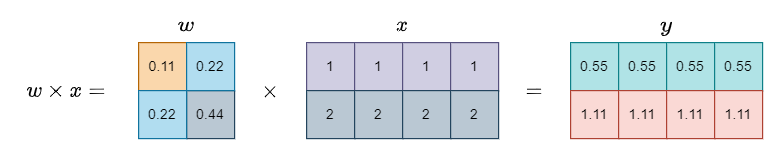
This is diagrams/basic-self-attention-output.png from ratteripenta/transformers-seminar-workshop, a draw.io export, as it was before one commit. Source tidied: cells renumbered, new cells last; positions are measured from the earlier drawing's top-left corner, leaving out a move shared by most shapes. Its diagram source:
```xml
<mxGraphModel math="1">
  <root>
    <mxCell id="0" />
    <mxCell id="1" parent="0" />
    <mxCell id="2" value="`w\timesx =`" style="text;html=1;strokeColor=none;fillColor=none;align=center;verticalAlign=middle;whiteSpace=wrap;rounded=0;fontSize=16;" parent="1" vertex="1">
      <mxGeometry y="50" width="100" height="40" as="geometry" />
    </mxCell>
    <mxCell id="3" value="0.11" style="rounded=0;whiteSpace=wrap;html=1;fillColor=#fad7ac;strokeColor=#b46504;" parent="1" vertex="1">
      <mxGeometry x="110" y="30" width="40" height="40" as="geometry" />
    </mxCell>
    <mxCell id="4" value="0.44" style="rounded=0;whiteSpace=wrap;html=1;fillColor=#bac8d3;strokeColor=#23445d;" parent="1" vertex="1">
      <mxGeometry x="150" y="70" width="40" height="40" as="geometry" />
    </mxCell>
    <mxCell id="5" value="0.22" style="rounded=0;whiteSpace=wrap;html=1;fillColor=#b1ddf0;strokeColor=#10739e;" parent="1" vertex="1">
      <mxGeometry x="150" y="30" width="40" height="40" as="geometry" />
    </mxCell>
    <mxCell id="6" value="0.22" style="rounded=0;whiteSpace=wrap;html=1;fillColor=#b1ddf0;strokeColor=#10739e;" parent="1" vertex="1">
      <mxGeometry x="110" y="70" width="40" height="40" as="geometry" />
    </mxCell>
    <mxCell id="7" value="`w`" style="text;html=1;strokeColor=none;fillColor=none;align=center;verticalAlign=middle;whiteSpace=wrap;rounded=0;fontSize=16;" parent="1" vertex="1">
      <mxGeometry x="110" width="80" height="30" as="geometry" />
    </mxCell>
    <mxCell id="8" value="`\times`" style="text;html=1;strokeColor=none;fillColor=none;align=center;verticalAlign=middle;whiteSpace=wrap;rounded=0;fontSize=16;" parent="1" vertex="1">
      <mxGeometry x="190" y="30" width="60" height="80" as="geometry" />
    </mxCell>
    <mxCell id="9" value="1" style="rounded=0;whiteSpace=wrap;html=1;fillColor=#d0cee2;strokeColor=#56517e;" parent="1" vertex="1">
      <mxGeometry x="250" y="30" width="40" height="40" as="geometry" />
    </mxCell>
    <mxCell id="10" value="2" style="rounded=0;whiteSpace=wrap;html=1;fillColor=#bac8d3;strokeColor=#23445d;" parent="1" vertex="1">
      <mxGeometry x="250" y="70" width="40" height="40" as="geometry" />
    </mxCell>
    <mxCell id="11" value="1" style="rounded=0;whiteSpace=wrap;html=1;fillColor=#d0cee2;strokeColor=#56517e;" parent="1" vertex="1">
      <mxGeometry x="290" y="30" width="40" height="40" as="geometry" />
    </mxCell>
    <mxCell id="12" value="2" style="rounded=0;whiteSpace=wrap;html=1;fillColor=#bac8d3;strokeColor=#23445d;" parent="1" vertex="1">
      <mxGeometry x="290" y="70" width="40" height="40" as="geometry" />
    </mxCell>
    <mxCell id="13" value="1" style="rounded=0;whiteSpace=wrap;html=1;fillColor=#d0cee2;strokeColor=#56517e;" parent="1" vertex="1">
      <mxGeometry x="330" y="30" width="40" height="40" as="geometry" />
    </mxCell>
    <mxCell id="14" value="2" style="rounded=0;whiteSpace=wrap;html=1;fillColor=#bac8d3;strokeColor=#23445d;" parent="1" vertex="1">
      <mxGeometry x="330" y="70" width="40" height="40" as="geometry" />
    </mxCell>
    <mxCell id="15" value="1" style="rounded=0;whiteSpace=wrap;html=1;fillColor=#d0cee2;strokeColor=#56517e;" parent="1" vertex="1">
      <mxGeometry x="370" y="30" width="40" height="40" as="geometry" />
    </mxCell>
    <mxCell id="16" value="2" style="rounded=0;whiteSpace=wrap;html=1;fillColor=#bac8d3;strokeColor=#23445d;" parent="1" vertex="1">
      <mxGeometry x="370" y="70" width="40" height="40" as="geometry" />
    </mxCell>
    <mxCell id="17" value="`x`" style="text;html=1;strokeColor=none;fillColor=none;align=center;verticalAlign=middle;whiteSpace=wrap;rounded=0;fontSize=16;" parent="1" vertex="1">
      <mxGeometry x="250" width="160" height="30" as="geometry" />
    </mxCell>
    <mxCell id="18" value="`=`" style="text;html=1;strokeColor=none;fillColor=none;align=center;verticalAlign=middle;whiteSpace=wrap;rounded=0;fontSize=16;" parent="1" vertex="1">
      <mxGeometry x="410" y="30" width="60" height="80" as="geometry" />
    </mxCell>
    <mxCell id="19" value="0.55" style="rounded=0;whiteSpace=wrap;html=1;fillColor=#b0e3e6;strokeColor=#0e8088;" parent="1" vertex="1">
      <mxGeometry x="470" y="30" width="40" height="40" as="geometry" />
    </mxCell>
    <mxCell id="20" value="1.11" style="rounded=0;whiteSpace=wrap;html=1;fillColor=#fad9d5;strokeColor=#ae4132;" parent="1" vertex="1">
      <mxGeometry x="470" y="70" width="40" height="40" as="geometry" />
    </mxCell>
    <mxCell id="21" value="0.55" style="rounded=0;whiteSpace=wrap;html=1;fillColor=#b0e3e6;strokeColor=#0e8088;" parent="1" vertex="1">
      <mxGeometry x="510" y="30" width="40" height="40" as="geometry" />
    </mxCell>
    <mxCell id="22" value="0.55" style="rounded=0;whiteSpace=wrap;html=1;fillColor=#b0e3e6;strokeColor=#0e8088;" parent="1" vertex="1">
      <mxGeometry x="550" y="30" width="40" height="40" as="geometry" />
    </mxCell>
    <mxCell id="23" value="0.55" style="rounded=0;whiteSpace=wrap;html=1;fillColor=#b0e3e6;strokeColor=#0e8088;" parent="1" vertex="1">
      <mxGeometry x="590" y="30" width="40" height="40" as="geometry" />
    </mxCell>
    <mxCell id="24" value="`y`" style="text;html=1;strokeColor=none;fillColor=none;align=center;verticalAlign=middle;whiteSpace=wrap;rounded=0;fontSize=16;" parent="1" vertex="1">
      <mxGeometry x="470" width="160" height="30" as="geometry" />
    </mxCell>
    <mxCell id="25" value="1.11" style="rounded=0;whiteSpace=wrap;html=1;fillColor=#fad9d5;strokeColor=#ae4132;" parent="1" vertex="1">
      <mxGeometry x="510" y="70" width="40" height="40" as="geometry" />
    </mxCell>
    <mxCell id="26" value="1.11" style="rounded=0;whiteSpace=wrap;html=1;fillColor=#fad9d5;strokeColor=#ae4132;" parent="1" vertex="1">
      <mxGeometry x="550" y="70" width="40" height="40" as="geometry" />
    </mxCell>
    <mxCell id="27" value="1.11" style="rounded=0;whiteSpace=wrap;html=1;fillColor=#fad9d5;strokeColor=#ae4132;" parent="1" vertex="1">
      <mxGeometry x="590" y="70" width="40" height="40" as="geometry" />
    </mxCell>
  </root>
</mxGraphModel>
```
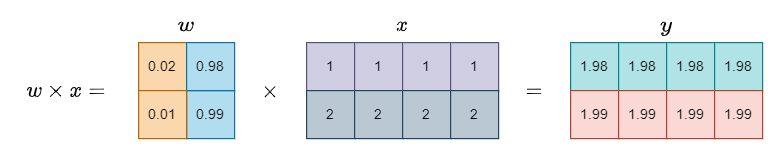
Above is the later version.

Change to the diagram source:
```diff
@@ -5,79 +5,79 @@
     <mxCell id="2" value="`w\timesx =`" style="text;html=1;strokeColor=none;fillColor=none;align=center;verticalAlign=middle;whiteSpace=wrap;rounded=0;fontSize=16;" parent="1" vertex="1">
       <mxGeometry y="50" width="100" height="40" as="geometry" />
     </mxCell>
-    <mxCell id="3" value="0.11" style="rounded=0;whiteSpace=wrap;html=1;fillColor=#fad7ac;strokeColor=#b46504;" parent="1" vertex="1">
-      <mxGeometry x="110" y="30" width="40" height="40" as="geometry" />
+    <mxCell id="3" value="`w`" style="text;html=1;strokeColor=none;fillColor=none;align=center;verticalAlign=middle;whiteSpace=wrap;rounded=0;fontSize=16;" parent="1" vertex="1">
+      <mxGeometry x="110" width="80" height="30" as="geometry" />
     </mxCell>
-    <mxCell id="4" value="0.44" style="rounded=0;whiteSpace=wrap;html=1;fillColor=#bac8d3;strokeColor=#23445d;" parent="1" vertex="1">
-      <mxGeometry x="150" y="70" width="40" height="40" as="geometry" />
+    <mxCell id="4" value="`\times`" style="text;html=1;strokeColor=none;fillColor=none;align=center;verticalAlign=middle;whiteSpace=wrap;rounded=0;fontSize=16;" parent="1" vertex="1">
+      <mxGeometry x="190" y="30" width="60" height="80" as="geometry" />
     </mxCell>
-    <mxCell id="5" value="0.22" style="rounded=0;whiteSpace=wrap;html=1;fillColor=#b1ddf0;strokeColor=#10739e;" parent="1" vertex="1">
-      <mxGeometry x="150" y="30" width="40" height="40" as="geometry" />
+    <mxCell id="5" value="1" style="rounded=0;whiteSpace=wrap;html=1;fillColor=#d0cee2;strokeColor=#56517e;" parent="1" vertex="1">
+      <mxGeometry x="250" y="30" width="40" height="40" as="geometry" />
     </mxCell>
-    <mxCell id="6" value="0.22" style="rounded=0;whiteSpace=wrap;html=1;fillColor=#b1ddf0;strokeColor=#10739e;" parent="1" vertex="1">
-      <mxGeometry x="110" y="70" width="40" height="40" as="geometry" />
+    <mxCell id="6" value="2" style="rounded=0;whiteSpace=wrap;html=1;fillColor=#bac8d3;strokeColor=#23445d;" parent="1" vertex="1">
+      <mxGeometry x="250" y="70" width="40" height="40" as="geometry" />
     </mxCell>
-    <mxCell id="7" value="`w`" style="text;html=1;strokeColor=none;fillColor=none;align=center;verticalAlign=middle;whiteSpace=wrap;rounded=0;fontSize=16;" parent="1" vertex="1">
-      <mxGeometry x="110" width="80" height="30" as="geometry" />
+    <mxCell id="7" value="1" style="rounded=0;whiteSpace=wrap;html=1;fillColor=#d0cee2;strokeColor=#56517e;" parent="1" vertex="1">
+      <mxGeometry x="290" y="30" width="40" height="40" as="geometry" />
     </mxCell>
-    <mxCell id="8" value="`\times`" style="text;html=1;strokeColor=none;fillColor=none;align=center;verticalAlign=middle;whiteSpace=wrap;rounded=0;fontSize=16;" parent="1" vertex="1">
-      <mxGeometry x="190" y="30" width="60" height="80" as="geometry" />
+    <mxCell id="8" value="2" style="rounded=0;whiteSpace=wrap;html=1;fillColor=#bac8d3;strokeColor=#23445d;" parent="1" vertex="1">
+      <mxGeometry x="290" y="70" width="40" height="40" as="geometry" />
     </mxCell>
     <mxCell id="9" value="1" style="rounded=0;whiteSpace=wrap;html=1;fillColor=#d0cee2;strokeColor=#56517e;" parent="1" vertex="1">
-      <mxGeometry x="250" y="30" width="40" height="40" as="geometry" />
+      <mxGeometry x="330" y="30" width="40" height="40" as="geometry" />
     </mxCell>
     <mxCell id="10" value="2" style="rounded=0;whiteSpace=wrap;html=1;fillColor=#bac8d3;strokeColor=#23445d;" parent="1" vertex="1">
-      <mxGeometry x="250" y="70" width="40" height="40" as="geometry" />
+      <mxGeometry x="330" y="70" width="40" height="40" as="geometry" />
     </mxCell>
     <mxCell id="11" value="1" style="rounded=0;whiteSpace=wrap;html=1;fillColor=#d0cee2;strokeColor=#56517e;" parent="1" vertex="1">
-      <mxGeometry x="290" y="30" width="40" height="40" as="geometry" />
+      <mxGeometry x="370" y="30" width="40" height="40" as="geometry" />
     </mxCell>
     <mxCell id="12" value="2" style="rounded=0;whiteSpace=wrap;html=1;fillColor=#bac8d3;strokeColor=#23445d;" parent="1" vertex="1">
-      <mxGeometry x="290" y="70" width="40" height="40" as="geometry" />
+      <mxGeometry x="370" y="70" width="40" height="40" as="geometry" />
     </mxCell>
-    <mxCell id="13" value="1" style="rounded=0;whiteSpace=wrap;html=1;fillColor=#d0cee2;strokeColor=#56517e;" parent="1" vertex="1">
-      <mxGeometry x="330" y="30" width="40" height="40" as="geometry" />
+    <mxCell id="13" value="`x`" style="text;html=1;strokeColor=none;fillColor=none;align=center;verticalAlign=middle;whiteSpace=wrap;rounded=0;fontSize=16;" parent="1" vertex="1">
+      <mxGeometry x="250" width="160" height="30" as="geometry" />
     </mxCell>
-    <mxCell id="14" value="2" style="rounded=0;whiteSpace=wrap;html=1;fillColor=#bac8d3;strokeColor=#23445d;" parent="1" vertex="1">
-      <mxGeometry x="330" y="70" width="40" height="40" as="geometry" />
+    <mxCell id="14" value="`=`" style="text;html=1;strokeColor=none;fillColor=none;align=center;verticalAlign=middle;whiteSpace=wrap;rounded=0;fontSize=16;" parent="1" vertex="1">
+      <mxGeometry x="410" y="30" width="60" height="80" as="geometry" />
     </mxCell>
-    <mxCell id="15" value="1" style="rounded=0;whiteSpace=wrap;html=1;fillColor=#d0cee2;strokeColor=#56517e;" parent="1" vertex="1">
-      <mxGeometry x="370" y="30" width="40" height="40" as="geometry" />
+    <mxCell id="15" value="1.98" style="rounded=0;whiteSpace=wrap;html=1;fillColor=#b0e3e6;strokeColor=#0e8088;" parent="1" vertex="1">
+      <mxGeometry x="470" y="30" width="40" height="40" as="geometry" />
     </mxCell>
-    <mxCell id="16" value="2" style="rounded=0;whiteSpace=wrap;html=1;fillColor=#bac8d3;strokeColor=#23445d;" parent="1" vertex="1">
-      <mxGeometry x="370" y="70" width="40" height="40" as="geometry" />
+    <mxCell id="16" value="1.99" style="rounded=0;whiteSpace=wrap;html=1;fillColor=#fad9d5;strokeColor=#ae4132;" parent="1" vertex="1">
+      <mxGeometry x="470" y="70" width="40" height="40" as="geometry" />
     </mxCell>
-    <mxCell id="17" value="`x`" style="text;html=1;strokeColor=none;fillColor=none;align=center;verticalAlign=middle;whiteSpace=wrap;rounded=0;fontSize=16;" parent="1" vertex="1">
-      <mxGeometry x="250" width="160" height="30" as="geometry" />
+    <mxCell id="17" value="`y`" style="text;html=1;strokeColor=none;fillColor=none;align=center;verticalAlign=middle;whiteSpace=wrap;rounded=0;fontSize=16;" parent="1" vertex="1">
+      <mxGeometry x="470" width="160" height="30" as="geometry" />
     </mxCell>
-    <mxCell id="18" value="`=`" style="text;html=1;strokeColor=none;fillColor=none;align=center;verticalAlign=middle;whiteSpace=wrap;rounded=0;fontSize=16;" parent="1" vertex="1">
-      <mxGeometry x="410" y="30" width="60" height="80" as="geometry" />
+    <mxCell id="18" value="0.02" style="rounded=0;whiteSpace=wrap;html=1;fillColor=#fad7ac;strokeColor=#b46504;" parent="1" vertex="1">
+      <mxGeometry x="110" y="30" width="40" height="40" as="geometry" />
     </mxCell>
-    <mxCell id="19" value="0.55" style="rounded=0;whiteSpace=wrap;html=1;fillColor=#b0e3e6;strokeColor=#0e8088;" parent="1" vertex="1">
-      <mxGeometry x="470" y="30" width="40" height="40" as="geometry" />
+    <mxCell id="19" value="0.99" style="rounded=0;whiteSpace=wrap;html=1;fillColor=#b1ddf0;strokeColor=#10739e;" parent="1" vertex="1">
+      <mxGeometry x="150" y="70" width="40" height="40" as="geometry" />
     </mxCell>
-    <mxCell id="20" value="1.11" style="rounded=0;whiteSpace=wrap;html=1;fillColor=#fad9d5;strokeColor=#ae4132;" parent="1" vertex="1">
-      <mxGeometry x="470" y="70" width="40" height="40" as="geometry" />
+    <mxCell id="20" value="0.98" style="rounded=0;whiteSpace=wrap;html=1;fillColor=#b1ddf0;strokeColor=#10739e;" parent="1" vertex="1">
+      <mxGeometry x="150" y="30" width="40" height="40" as="geometry" />
     </mxCell>
-    <mxCell id="21" value="0.55" style="rounded=0;whiteSpace=wrap;html=1;fillColor=#b0e3e6;strokeColor=#0e8088;" parent="1" vertex="1">
-      <mxGeometry x="510" y="30" width="40" height="40" as="geometry" />
+    <mxCell id="21" value="0.01" style="rounded=0;whiteSpace=wrap;html=1;fillColor=#fad7ac;strokeColor=#b46504;" parent="1" vertex="1">
+      <mxGeometry x="110" y="70" width="40" height="40" as="geometry" />
     </mxCell>
-    <mxCell id="22" value="0.55" style="rounded=0;whiteSpace=wrap;html=1;fillColor=#b0e3e6;strokeColor=#0e8088;" parent="1" vertex="1">
-      <mxGeometry x="550" y="30" width="40" height="40" as="geometry" />
+    <mxCell id="22" value="1.98" style="rounded=0;whiteSpace=wrap;html=1;fillColor=#b0e3e6;strokeColor=#0e8088;" parent="1" vertex="1">
+      <mxGeometry x="510" y="30" width="40" height="40" as="geometry" />
     </mxCell>
-    <mxCell id="23" value="0.55" style="rounded=0;whiteSpace=wrap;html=1;fillColor=#b0e3e6;strokeColor=#0e8088;" parent="1" vertex="1">
-      <mxGeometry x="590" y="30" width="40" height="40" as="geometry" />
+    <mxCell id="23" value="1.99" style="rounded=0;whiteSpace=wrap;html=1;fillColor=#fad9d5;strokeColor=#ae4132;" parent="1" vertex="1">
+      <mxGeometry x="510" y="70" width="40" height="40" as="geometry" />
     </mxCell>
-    <mxCell id="24" value="`y`" style="text;html=1;strokeColor=none;fillColor=none;align=center;verticalAlign=middle;whiteSpace=wrap;rounded=0;fontSize=16;" parent="1" vertex="1">
-      <mxGeometry x="470" width="160" height="30" as="geometry" />
+    <mxCell id="24" value="1.98" style="rounded=0;whiteSpace=wrap;html=1;fillColor=#b0e3e6;strokeColor=#0e8088;" parent="1" vertex="1">
+      <mxGeometry x="550" y="30" width="40" height="40" as="geometry" />
     </mxCell>
-    <mxCell id="25" value="1.11" style="rounded=0;whiteSpace=wrap;html=1;fillColor=#fad9d5;strokeColor=#ae4132;" parent="1" vertex="1">
-      <mxGeometry x="510" y="70" width="40" height="40" as="geometry" />
+    <mxCell id="25" value="1.99" style="rounded=0;whiteSpace=wrap;html=1;fillColor=#fad9d5;strokeColor=#ae4132;" parent="1" vertex="1">
+      <mxGeometry x="550" y="70" width="40" height="40" as="geometry" />
     </mxCell>
-    <mxCell id="26" value="1.11" style="rounded=0;whiteSpace=wrap;html=1;fillColor=#fad9d5;strokeColor=#ae4132;" parent="1" vertex="1">
-      <mxGeometry x="550" y="70" width="40" height="40" as="geometry" />
+    <mxCell id="26" value="1.98" style="rounded=0;whiteSpace=wrap;html=1;fillColor=#b0e3e6;strokeColor=#0e8088;" parent="1" vertex="1">
+      <mxGeometry x="590" y="30" width="40" height="40" as="geometry" />
     </mxCell>
-    <mxCell id="27" value="1.11" style="rounded=0;whiteSpace=wrap;html=1;fillColor=#fad9d5;strokeColor=#ae4132;" parent="1" vertex="1">
+    <mxCell id="27" value="1.99" style="rounded=0;whiteSpace=wrap;html=1;fillColor=#fad9d5;strokeColor=#ae4132;" parent="1" vertex="1">
       <mxGeometry x="590" y="70" width="40" height="40" as="geometry" />
     </mxCell>
   </root>
```
